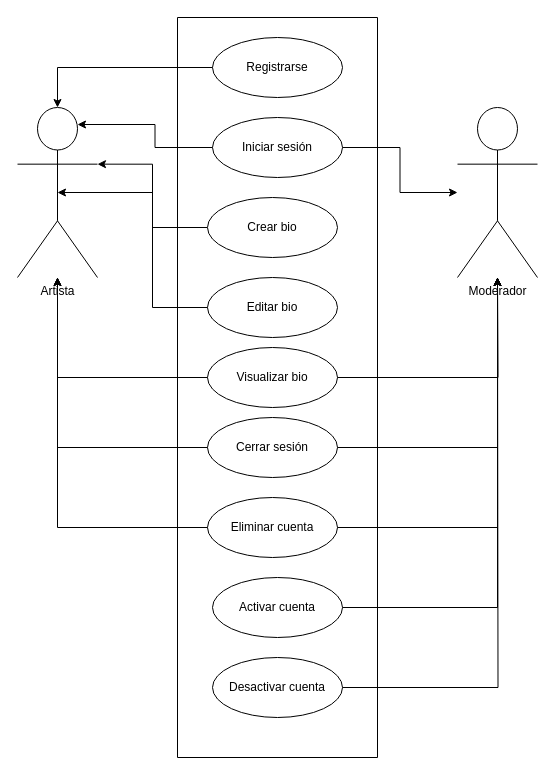
Above: Casos_de_Uso.drawio in luismtapia/Artline-API (draw.io), before the change. Source tidied: cells renumbered, new cells numbered last; positions are measured from the earlier drawing's top-left corner, leaving out a move shared by most shapes. Both pictures are drawn from the tidied source at 100%, with x=0, y=0 at pixel (17, 17).
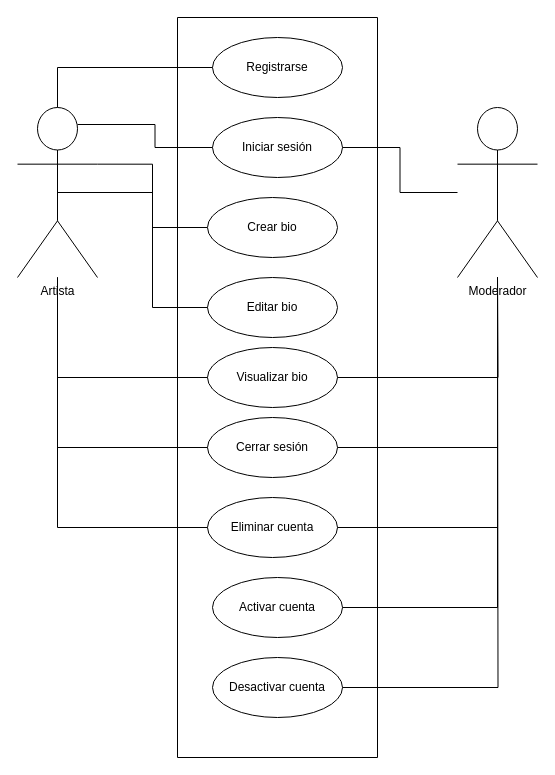
The same page after the edit.

Unchanged cells that the change refers to:
```xml
<mxCell id="2" value="Artista" style="shape=umlActor;verticalLabelPosition=bottom;verticalAlign=top;html=1;outlineConnect=0;" parent="1" vertex="1">
  <mxGeometry y="90" width="80" height="170" as="geometry" />
</mxCell>
<mxCell id="4" value="Registrarse" style="ellipse;whiteSpace=wrap;html=1;" parent="3" vertex="1">
  <mxGeometry x="35" y="20" width="130" height="60" as="geometry" />
</mxCell>
<mxCell id="5" value="Iniciar sesión" style="ellipse;whiteSpace=wrap;html=1;" parent="3" vertex="1">
  <mxGeometry x="35" y="100" width="130" height="60" as="geometry" />
</mxCell>
<mxCell id="6" value="Editar bio" style="ellipse;whiteSpace=wrap;html=1;" parent="3" vertex="1">
  <mxGeometry x="30" y="260" width="130" height="60" as="geometry" />
</mxCell>
<mxCell id="7" value="Cerrar sesión" style="ellipse;whiteSpace=wrap;html=1;" parent="3" vertex="1">
  <mxGeometry x="30" y="400" width="130" height="60" as="geometry" />
</mxCell>
<mxCell id="8" value="Eliminar cuenta" style="ellipse;whiteSpace=wrap;html=1;" parent="3" vertex="1">
  <mxGeometry x="30" y="480" width="130" height="60" as="geometry" />
</mxCell>
<mxCell id="9" value="Visualizar bio" style="ellipse;whiteSpace=wrap;html=1;" parent="3" vertex="1">
  <mxGeometry x="30" y="330" width="130" height="60" as="geometry" />
</mxCell>
<mxCell id="10" value="Activar cuenta" style="ellipse;whiteSpace=wrap;html=1;" parent="3" vertex="1">
  <mxGeometry x="35" y="560" width="130" height="60" as="geometry" />
</mxCell>
<mxCell id="11" value="Desactivar cuenta" style="ellipse;whiteSpace=wrap;html=1;" parent="3" vertex="1">
  <mxGeometry x="35" y="640" width="130" height="60" as="geometry" />
</mxCell>
<mxCell id="12" value="Moderador" style="shape=umlActor;verticalLabelPosition=bottom;verticalAlign=top;html=1;outlineConnect=0;" parent="1" vertex="1">
  <mxGeometry x="440" y="90" width="80" height="170" as="geometry" />
</mxCell>
<mxCell id="14" value="Crear bio" style="ellipse;whiteSpace=wrap;html=1;" parent="1" vertex="1">
  <mxGeometry x="190" y="180" width="130" height="60" as="geometry" />
</mxCell>
```

Change to the diagram source:
```diff
@@
-    <mxCell id="13" style="edgeStyle=orthogonalEdgeStyle;rounded=0;jettySize=auto;html=1;exitX=0;exitY=0.5;exitDx=0;exitDy=0;entryX=1;entryY=0.3333333333333333;entryDx=0;entryDy=0;entryPerimeter=0;" parent="1" edge="1" source="14" target="2">
+    <mxCell id="13" style="edgeStyle=orthogonalEdgeStyle;rounded=0;jettySize=auto;html=1;exitX=0;exitY=0.5;exitDx=0;exitDy=0;entryX=1;entryY=0.3333333333333333;entryDx=0;entryDy=0;entryPerimeter=0;endArrow=none;endFill=0;" parent="1" edge="1" source="14" target="2">
       <mxGeometry relative="1" as="geometry" />
     </mxCell>
@@
-    <mxCell id="15" style="edgeStyle=orthogonalEdgeStyle;rounded=0;jettySize=auto;html=1;exitX=0;exitY=0.5;exitDx=0;exitDy=0;" parent="1" edge="1" source="4" target="2">
+    <mxCell id="15" style="rounded=0;jettySize=auto;html=1;exitX=0;exitY=0.5;exitDx=0;exitDy=0;edgeStyle=orthogonalEdgeStyle;strokeWidth=1;endArrow=none;endFill=0;" parent="1" edge="1" source="4" target="2">
       <mxGeometry relative="1" as="geometry" />
     </mxCell>
-    <mxCell id="16" style="edgeStyle=orthogonalEdgeStyle;rounded=0;jettySize=auto;html=1;exitX=0;exitY=0.5;exitDx=0;exitDy=0;entryX=0.75;entryY=0.1;entryDx=0;entryDy=0;entryPerimeter=0;" parent="1" edge="1" source="5" target="2">
+    <mxCell id="16" style="edgeStyle=orthogonalEdgeStyle;rounded=0;jettySize=auto;html=1;exitX=0;exitY=0.5;exitDx=0;exitDy=0;entryX=0.75;entryY=0.1;entryDx=0;entryDy=0;entryPerimeter=0;endArrow=none;endFill=0;" parent="1" edge="1" source="5" target="2">
       <mxGeometry relative="1" as="geometry" />
     </mxCell>
-    <mxCell id="17" style="edgeStyle=orthogonalEdgeStyle;rounded=0;jettySize=auto;html=1;entryX=0.5;entryY=0.5;entryDx=0;entryDy=0;entryPerimeter=0;" parent="1" edge="1" source="6" target="2">
+    <mxCell id="17" style="edgeStyle=orthogonalEdgeStyle;rounded=0;jettySize=auto;html=1;entryX=0.5;entryY=0.5;entryDx=0;entryDy=0;entryPerimeter=0;endArrow=none;endFill=0;" parent="1" edge="1" source="6" target="2">
       <mxGeometry relative="1" as="geometry" />
     </mxCell>
-    <mxCell id="18" style="edgeStyle=orthogonalEdgeStyle;rounded=0;jettySize=auto;html=1;exitX=0;exitY=0.5;exitDx=0;exitDy=0;" parent="1" edge="1" source="9" target="2">
+    <mxCell id="18" style="edgeStyle=orthogonalEdgeStyle;rounded=0;jettySize=auto;html=1;exitX=0;exitY=0.5;exitDx=0;exitDy=0;endArrow=none;endFill=0;" parent="1" edge="1" source="9" target="2">
       <mxGeometry relative="1" as="geometry" />
     </mxCell>
-    <mxCell id="19" style="edgeStyle=orthogonalEdgeStyle;rounded=0;jettySize=auto;html=1;exitX=0;exitY=0.5;exitDx=0;exitDy=0;" parent="1" edge="1" source="7" target="2">
+    <mxCell id="19" style="edgeStyle=orthogonalEdgeStyle;rounded=0;jettySize=auto;html=1;exitX=0;exitY=0.5;exitDx=0;exitDy=0;endArrow=none;endFill=0;" parent="1" edge="1" source="7" target="2">
       <mxGeometry relative="1" as="geometry" />
     </mxCell>
-    <mxCell id="20" style="edgeStyle=orthogonalEdgeStyle;rounded=0;jettySize=auto;html=1;" parent="1" edge="1" source="8" target="2">
+    <mxCell id="20" style="edgeStyle=orthogonalEdgeStyle;rounded=0;jettySize=auto;html=1;endArrow=none;endFill=0;" parent="1" edge="1" source="8" target="2">
       <mxGeometry relative="1" as="geometry" />
     </mxCell>
-    <mxCell id="21" style="edgeStyle=orthogonalEdgeStyle;rounded=0;jettySize=auto;html=1;" parent="1" edge="1" source="10" target="12">
+    <mxCell id="21" style="edgeStyle=orthogonalEdgeStyle;rounded=0;jettySize=auto;html=1;endArrow=none;endFill=0;" parent="1" edge="1" source="10" target="12">
       <mxGeometry relative="1" as="geometry" />
     </mxCell>
-    <mxCell id="22" style="edgeStyle=orthogonalEdgeStyle;rounded=0;jettySize=auto;html=1;exitX=1;exitY=0.5;exitDx=0;exitDy=0;" parent="1" edge="1" source="8" target="12">
+    <mxCell id="22" style="edgeStyle=orthogonalEdgeStyle;rounded=0;jettySize=auto;html=1;exitX=1;exitY=0.5;exitDx=0;exitDy=0;endArrow=none;endFill=0;" parent="1" edge="1" source="8" target="12">
       <mxGeometry relative="1" as="geometry" />
     </mxCell>
-    <mxCell id="23" style="edgeStyle=orthogonalEdgeStyle;rounded=0;jettySize=auto;html=1;" parent="1" edge="1" source="11">
+    <mxCell id="23" style="edgeStyle=orthogonalEdgeStyle;rounded=0;jettySize=auto;html=1;endArrow=none;endFill=0;" parent="1" edge="1" source="11">
       <mxGeometry relative="1" as="geometry">
         <mxPoint x="480" y="260" as="targetPoint" />
       </mxGeometry>
     </mxCell>
-    <mxCell id="24" style="edgeStyle=orthogonalEdgeStyle;rounded=0;jettySize=auto;html=1;exitX=1;exitY=0.5;exitDx=0;exitDy=0;" parent="1" edge="1" source="9">
+    <mxCell id="24" style="edgeStyle=orthogonalEdgeStyle;rounded=0;jettySize=auto;html=1;exitX=1;exitY=0.5;exitDx=0;exitDy=0;endArrow=none;endFill=0;" parent="1" edge="1" source="9">
       <mxGeometry relative="1" as="geometry">
         <mxPoint x="480" y="260" as="targetPoint" />
       </mxGeometry>
     </mxCell>
-    <mxCell id="25" style="edgeStyle=orthogonalEdgeStyle;rounded=0;jettySize=auto;html=1;exitX=1;exitY=0.5;exitDx=0;exitDy=0;" parent="1" edge="1" source="5" target="12">
+    <mxCell id="25" style="edgeStyle=orthogonalEdgeStyle;rounded=0;jettySize=auto;html=1;exitX=1;exitY=0.5;exitDx=0;exitDy=0;endArrow=none;endFill=0;" parent="1" edge="1" source="5" target="12">
       <mxGeometry relative="1" as="geometry" />
     </mxCell>
-    <mxCell id="26" style="edgeStyle=orthogonalEdgeStyle;rounded=0;jettySize=auto;html=1;exitX=1;exitY=0.5;exitDx=0;exitDy=0;" parent="1" edge="1" source="7" target="12">
+    <mxCell id="26" style="edgeStyle=orthogonalEdgeStyle;rounded=0;jettySize=auto;html=1;exitX=1;exitY=0.5;exitDx=0;exitDy=0;endArrow=none;endFill=0;" parent="1" edge="1" source="7" target="12">
       <mxGeometry relative="1" as="geometry" />
     </mxCell>
```
